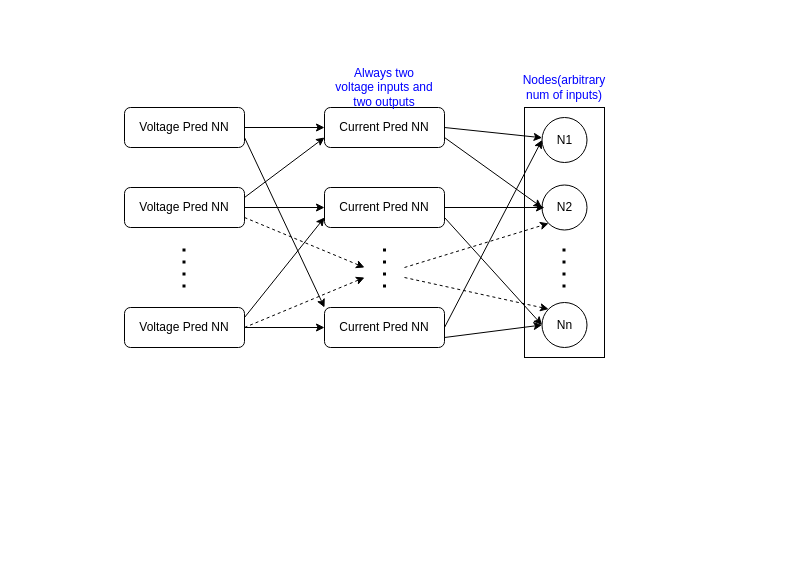
This is Untitled Diagram.drawio from tanushBee/hello-world, a draw.io file, before an edit. Source tidied: cells renumbered, new cells numbered last; positions are measured from the earlier drawing's top-left corner, leaving out a move shared by most shapes. Both pictures are drawn from the tidied source at 100%, with x=0, y=0 at pixel (124, 77).
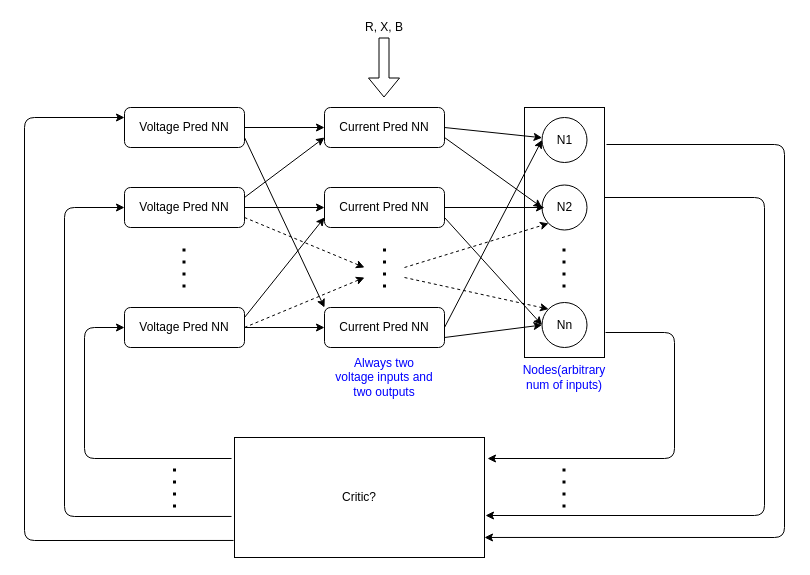
The same page after the edit.

The change refers to these unchanged cells:
```xml
<mxCell id="3" value="Voltage Pred NN " style="rounded=1;whiteSpace=wrap;html=1;" parent="1" vertex="1">
  <mxGeometry y="30" width="120" height="40" as="geometry" />
</mxCell>
<mxCell id="5" value="Voltage Pred NN " style="rounded=1;whiteSpace=wrap;html=1;" parent="1" vertex="1">
  <mxGeometry y="110" width="120" height="40" as="geometry" />
</mxCell>
<mxCell id="7" value="Voltage Pred NN " style="rounded=1;whiteSpace=wrap;html=1;" parent="1" vertex="1">
  <mxGeometry y="230" width="120" height="40" as="geometry" />
</mxCell>
<mxCell id="18" style="rounded=0;whiteSpace=wrap;html=1;" parent="1" vertex="1">
  <mxGeometry x="400" y="30" width="80" height="250" as="geometry" />
</mxCell>
```

What changed in the source:
```diff
@@
     <mxCell id="23" value="&lt;font color=&quot;#0000FF&quot;&gt;Nodes(arbitrary num of inputs)&lt;/font&gt;" style="text;html=1;strokeColor=none;fillColor=none;align=center;verticalAlign=middle;whiteSpace=wrap;rounded=0;" parent="1" vertex="1">
-      <mxGeometry x="411.2" width="57.5" height="20" as="geometry" />
+      <mxGeometry x="411.2" y="290" width="57.5" height="20" as="geometry" />
     </mxCell>
     <mxCell id="24" value="&lt;font color=&quot;#0000FF&quot;&gt;Always two voltage inputs and two outputs&lt;br&gt;&lt;/font&gt;" style="text;html=1;strokeColor=none;fillColor=none;align=center;verticalAlign=middle;whiteSpace=wrap;rounded=0;" parent="1" vertex="1">
-      <mxGeometry x="210" width="100" height="20" as="geometry" />
+      <mxGeometry x="210" y="290" width="100" height="20" as="geometry" />
     </mxCell>
@@
+    <mxCell id="33" style="shape=flexArrow;endArrow=classic;html=1;strokeWidth=1;" parent="1" edge="1">
+      <mxGeometry relative="1" as="geometry">
+        <mxPoint x="259.5" y="-40" as="sourcePoint" />
+        <mxPoint x="259.5" y="20" as="targetPoint" />
+      </mxGeometry>
+    </mxCell>
+    <mxCell id="34" value="R, X, B" style="text;html=1;strokeColor=none;fillColor=none;align=center;verticalAlign=middle;whiteSpace=wrap;rounded=0;" parent="1" vertex="1">
+      <mxGeometry x="230" y="-60" width="60" height="20" as="geometry" />
+    </mxCell>
+    <mxCell id="35" value="Critic?" style="rounded=0;whiteSpace=wrap;html=1;" parent="1" vertex="1">
+      <mxGeometry x="110" y="360" width="250" height="120" as="geometry" />
+    </mxCell>
+    <mxCell id="36" style="endArrow=classic;html=1;strokeWidth=1;exitX=1.025;exitY=0.148;exitDx=0;exitDy=0;exitPerimeter=0;entryX=1;entryY=0.833;entryDx=0;entryDy=0;entryPerimeter=0;" parent="1" edge="1" source="18" target="35">
+      <mxGeometry relative="1" as="geometry">
+        <Array as="points">
+          <mxPoint x="660" y="67" />
+          <mxPoint x="660" y="460" />
+        </Array>
+      </mxGeometry>
+    </mxCell>
+    <mxCell id="37" style="endArrow=classic;html=1;strokeWidth=1;entryX=1.004;entryY=0.65;entryDx=0;entryDy=0;entryPerimeter=0;" parent="1" edge="1" target="35">
+      <mxGeometry relative="1" as="geometry">
+        <mxPoint x="480" y="120" as="sourcePoint" />
+        <Array as="points">
+          <mxPoint x="640" y="120" />
+          <mxPoint x="640" y="438" />
+        </Array>
+      </mxGeometry>
+    </mxCell>
+    <mxCell id="38" style="endArrow=classic;html=1;strokeWidth=1;exitX=-0.012;exitY=0.658;exitDx=0;exitDy=0;exitPerimeter=0;entryX=0;entryY=0.5;entryDx=0;entryDy=0;" parent="1" edge="1" source="35" target="5">
+      <mxGeometry relative="1" as="geometry">
+        <Array as="points">
+          <mxPoint x="-60" y="439" />
+          <mxPoint x="-60" y="130" />
+        </Array>
+      </mxGeometry>
+    </mxCell>
+    <mxCell id="39" style="endArrow=classic;html=1;strokeWidth=1;exitX=1.013;exitY=0.9;exitDx=0;exitDy=0;exitPerimeter=0;entryX=1.012;entryY=0.175;entryDx=0;entryDy=0;entryPerimeter=0;" parent="1" edge="1" source="18" target="35">
+      <mxGeometry relative="1" as="geometry">
+        <Array as="points">
+          <mxPoint x="550" y="255" />
+          <mxPoint x="550" y="381" />
+        </Array>
+      </mxGeometry>
+    </mxCell>
+    <mxCell id="40" style="endArrow=none;dashed=1;html=1;dashPattern=1 3;strokeWidth=3;" parent="1" edge="1">
+      <mxGeometry relative="1" as="geometry">
+        <mxPoint x="439.5" y="430" as="sourcePoint" />
+        <mxPoint x="439.5" y="390" as="targetPoint" />
+      </mxGeometry>
+    </mxCell>
+    <mxCell id="41" style="endArrow=classic;html=1;strokeWidth=1;exitX=-0.004;exitY=0.858;exitDx=0;exitDy=0;exitPerimeter=0;entryX=0;entryY=0.25;entryDx=0;entryDy=0;" parent="1" edge="1" source="35" target="3">
+      <mxGeometry relative="1" as="geometry">
+        <Array as="points">
+          <mxPoint x="-100" y="463" />
+          <mxPoint x="-100" y="40" />
+        </Array>
+      </mxGeometry>
+    </mxCell>
+    <mxCell id="42" style="endArrow=classic;html=1;strokeWidth=1;exitX=-0.012;exitY=0.175;exitDx=0;exitDy=0;exitPerimeter=0;entryX=0;entryY=0.5;entryDx=0;entryDy=0;" parent="1" edge="1" source="35" target="7">
+      <mxGeometry relative="1" as="geometry">
+        <Array as="points">
+          <mxPoint x="-40" y="381" />
+          <mxPoint x="-40" y="250" />
+        </Array>
+      </mxGeometry>
+    </mxCell>
+    <mxCell id="43" style="endArrow=none;dashed=1;html=1;dashPattern=1 3;strokeWidth=3;" parent="1" edge="1">
+      <mxGeometry relative="1" as="geometry">
+        <mxPoint x="50" y="430" as="sourcePoint" />
+        <mxPoint x="50" y="390" as="targetPoint" />
+      </mxGeometry>
+    </mxCell>
```
